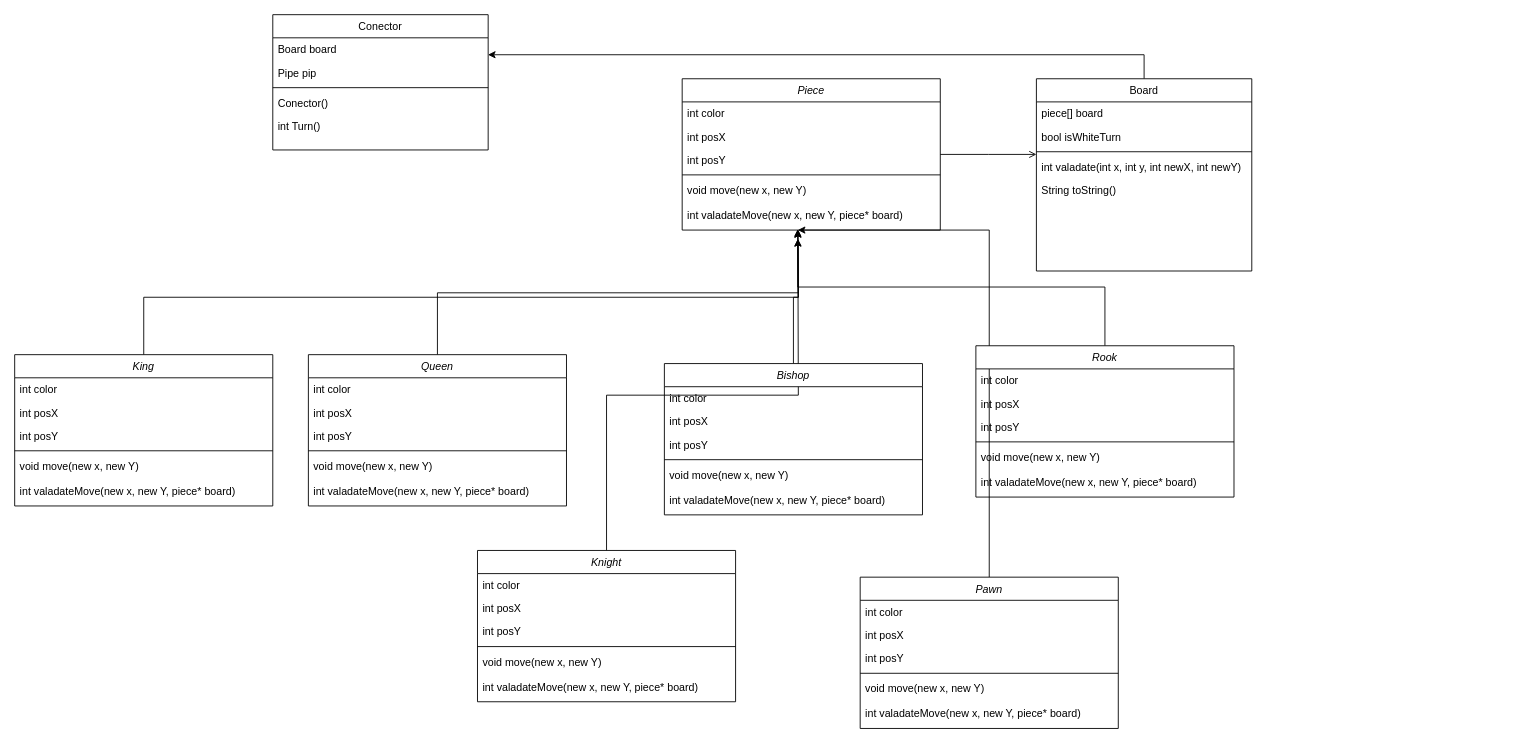
This is Untitled Diagram.drawio from gali-yefet/Chess_Game, a draw.io file, before an edit. Source tidied: cells renumbered, new cells numbered last; positions are measured from the earlier drawing's top-left corner, leaving out a move shared by most shapes. Both pictures are drawn from the tidied source at 89%, with x=0, y=0 at pixel (14, 14).
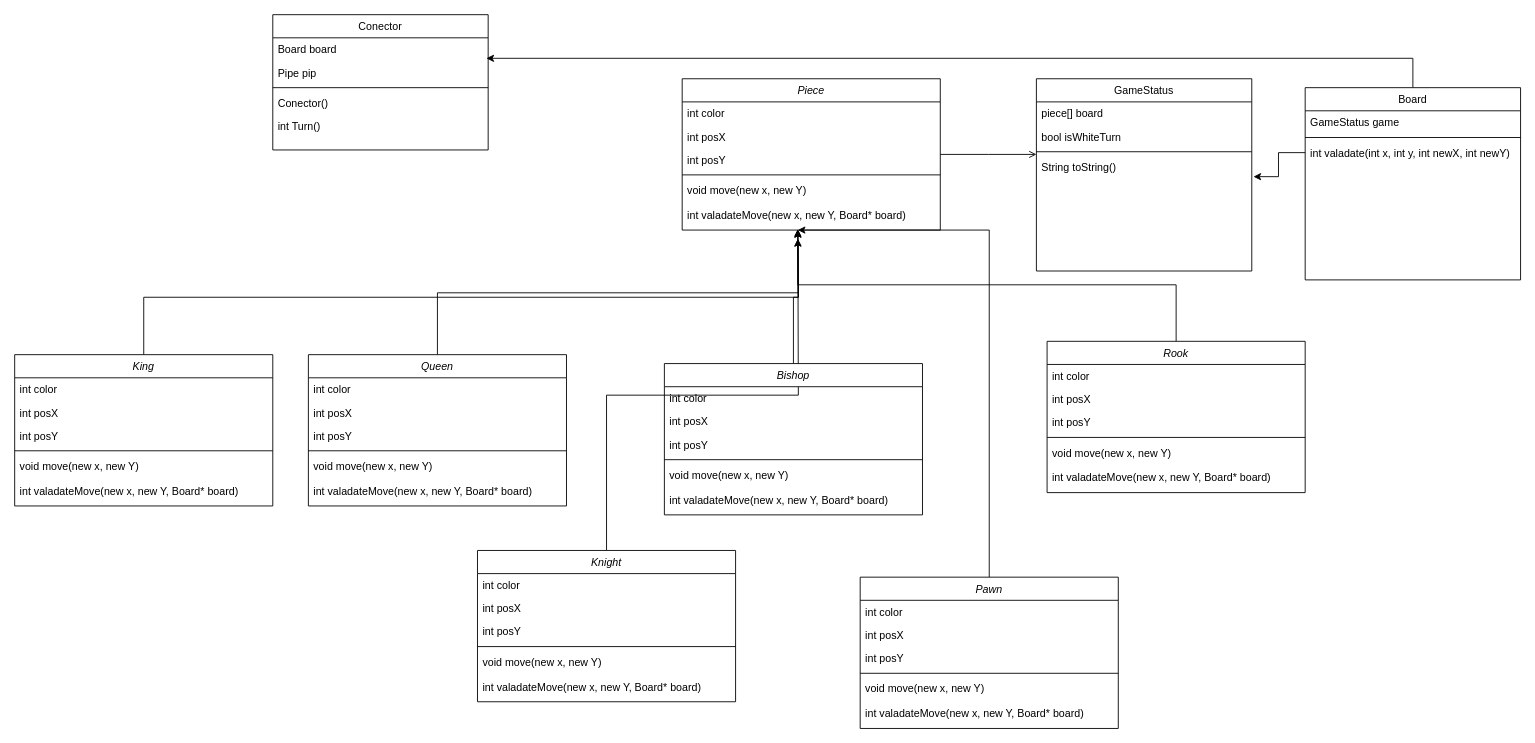
After the change.

Unchanged cells that the change refers to:
```xml
<mxCell id="11" value="Pawn" style="swimlane;fontStyle=2;align=center;verticalAlign=top;horizontal=1;startSize=26;rounded=0;shadow=0;strokeWidth=1;" parent="1" vertex="1">
  <mxGeometry x="950" y="632" width="290" height="170" as="geometry" />
</mxCell>
<mxCell id="19" value="Knight" style="swimlane;fontStyle=2;align=center;verticalAlign=top;horizontal=1;startSize=26;rounded=0;shadow=0;strokeWidth=1;" parent="1" vertex="1">
  <mxGeometry x="520" y="602" width="290" height="170" as="geometry" />
</mxCell>
<mxCell id="27" value="King" style="swimlane;fontStyle=2;align=center;verticalAlign=top;horizontal=1;startSize=26;rounded=0;shadow=0;strokeWidth=1;" parent="1" vertex="1">
  <mxGeometry y="382" width="290" height="170" as="geometry" />
</mxCell>
<mxCell id="35" value="Queen" style="swimlane;fontStyle=2;align=center;verticalAlign=top;horizontal=1;startSize=26;rounded=0;shadow=0;strokeWidth=1;" parent="1" vertex="1">
  <mxGeometry x="330" y="382" width="290" height="170" as="geometry" />
</mxCell>
<mxCell id="43" value="Bishop" style="swimlane;fontStyle=2;align=center;verticalAlign=top;horizontal=1;startSize=26;rounded=0;shadow=0;strokeWidth=1;" parent="1" vertex="1">
  <mxGeometry x="730" y="392" width="290" height="170" as="geometry" />
</mxCell>
<mxCell id="59" value="Board board" style="text;align=left;verticalAlign=top;spacingLeft=4;spacingRight=4;overflow=hidden;points=[[0,0.5],[1,0.5]];portConstraint=eastwest;rounded=0;shadow=0;html=0;" parent="58" vertex="1">
  <mxGeometry y="26" width="242" height="26" as="geometry" />
</mxCell>
<mxCell id="60" value="Pipe pip" style="text;align=left;verticalAlign=top;spacingLeft=4;spacingRight=4;overflow=hidden;points=[[0,0.5],[1,0.5]];portConstraint=eastwest;rounded=0;shadow=0;html=0;" parent="58" vertex="1">
  <mxGeometry y="52" width="242" height="26" as="geometry" />
</mxCell>
<mxCell id="64" value="Piece" style="swimlane;fontStyle=2;align=center;verticalAlign=top;horizontal=1;startSize=26;rounded=0;shadow=0;strokeWidth=1;" parent="1" vertex="1">
  <mxGeometry x="750" y="72" width="290" height="170" as="geometry" />
</mxCell>
```

Diff of the diagram source:
```diff
@@
-    <mxCell id="2" style="edgeStyle=orthogonalEdgeStyle;rounded=0;jettySize=auto;html=1;exitX=0.5;exitY=0;exitDx=0;exitDy=0;entryX=0.999;entryY=0.731;entryDx=0;entryDy=0;entryPerimeter=0;" parent="1" edge="1" source="3" target="59">
-      <mxGeometry relative="1" as="geometry" />
-    </mxCell>
+    <mxCell id="10" style="edgeStyle=orthogonalEdgeStyle;rounded=0;jettySize=auto;html=1;exitX=0.5;exitY=0;exitDx=0;exitDy=0;entryX=0.448;entryY=1.067;entryDx=0;entryDy=0;entryPerimeter=0;" parent="1" edge="1" source="11" target="70">
+      <mxGeometry relative="1" as="geometry" />
+    </mxCell>
-    <mxCell id="3" value="Board" style="swimlane;fontStyle=0;align=center;verticalAlign=top;horizontal=1;startSize=26;rounded=0;shadow=0;strokeWidth=1;" parent="1" vertex="1">
+    <mxCell id="3" value="GameStatus" style="swimlane;fontStyle=0;align=center;verticalAlign=top;horizontal=1;startSize=26;rounded=0;shadow=0;strokeWidth=1;" parent="1" vertex="1">
       <mxGeometry x="1148" y="72" width="242" height="216" as="geometry" />
     </mxCell>
@@
-    <mxCell id="7" value="int valadate(int x, int y, int newX, int newY)" style="text;align=left;verticalAlign=top;spacingLeft=4;spacingRight=4;overflow=hidden;points=[[0,0.5],[1,0.5]];portConstraint=eastwest;" parent="3" vertex="1">
-      <mxGeometry y="86" width="242" height="26" as="geometry" />
-    </mxCell>
     <mxCell id="8" value="String toString()" style="text;align=left;verticalAlign=top;spacingLeft=4;spacingRight=4;overflow=hidden;points=[[0,0.5],[1,0.5]];portConstraint=eastwest;" parent="3" vertex="1">
-      <mxGeometry y="112" width="242" height="26" as="geometry" />
+      <mxGeometry y="86" width="242" height="26" as="geometry" />
     </mxCell>
@@
-    <mxCell id="10" style="edgeStyle=orthogonalEdgeStyle;rounded=0;jettySize=auto;html=1;exitX=0.5;exitY=0;exitDx=0;exitDy=0;entryX=0.448;entryY=1.067;entryDx=0;entryDy=0;entryPerimeter=0;" parent="1" edge="1" source="11" target="70">
-      <mxGeometry relative="1" as="geometry" />
-    </mxCell>
@@
-    <mxCell id="17" value="int valadateMove(new x, new Y, piece* board)" style="text;strokeColor=none;fillColor=none;align=left;verticalAlign=middle;spacingLeft=4;spacingRight=4;overflow=hidden;" parent="11" vertex="1">
-      <mxGeometry y="138" width="290" height="30" as="geometry" />
-    </mxCell>
+    <mxCell id="71" value="int valadateMove(new x, new Y, Board* board)" style="text;strokeColor=none;fillColor=none;align=left;verticalAlign=middle;spacingLeft=4;spacingRight=4;overflow=hidden;" parent="11" vertex="1">
+      <mxGeometry y="138" width="290" height="30" as="geometry" />
+    </mxCell>
@@
-    <mxCell id="25" value="int valadateMove(new x, new Y, piece* board)" style="text;strokeColor=none;fillColor=none;align=left;verticalAlign=middle;spacingLeft=4;spacingRight=4;overflow=hidden;" parent="19" vertex="1">
+    <mxCell id="25" value="int valadateMove(new x, new Y, Board* board)" style="text;strokeColor=none;fillColor=none;align=left;verticalAlign=middle;spacingLeft=4;spacingRight=4;overflow=hidden;" parent="19" vertex="1">
       <mxGeometry y="138" width="290" height="30" as="geometry" />
     </mxCell>
@@
-    <mxCell id="33" value="int valadateMove(new x, new Y, piece* board)" style="text;strokeColor=none;fillColor=none;align=left;verticalAlign=middle;spacingLeft=4;spacingRight=4;overflow=hidden;" parent="27" vertex="1">
+    <mxCell id="33" value="int valadateMove(new x, new Y, Board* board)" style="text;strokeColor=none;fillColor=none;align=left;verticalAlign=middle;spacingLeft=4;spacingRight=4;overflow=hidden;" parent="27" vertex="1">
       <mxGeometry y="138" width="290" height="30" as="geometry" />
     </mxCell>
@@
-    <mxCell id="41" value="int valadateMove(new x, new Y, piece* board)" style="text;strokeColor=none;fillColor=none;align=left;verticalAlign=middle;spacingLeft=4;spacingRight=4;overflow=hidden;" parent="35" vertex="1">
+    <mxCell id="41" value="int valadateMove(new x, new Y, Board* board)" style="text;strokeColor=none;fillColor=none;align=left;verticalAlign=middle;spacingLeft=4;spacingRight=4;overflow=hidden;" parent="35" vertex="1">
       <mxGeometry y="138" width="290" height="30" as="geometry" />
     </mxCell>
@@
-    <mxCell id="49" value="int valadateMove(new x, new Y, piece* board)" style="text;strokeColor=none;fillColor=none;align=left;verticalAlign=middle;spacingLeft=4;spacingRight=4;overflow=hidden;" parent="43" vertex="1">
-      <mxGeometry y="138" width="290" height="30" as="geometry" />
-    </mxCell>
+    <mxCell id="72" value="int valadateMove(new x, new Y, Board* board)" style="text;strokeColor=none;fillColor=none;align=left;verticalAlign=middle;spacingLeft=4;spacingRight=4;overflow=hidden;" parent="43" vertex="1">
+      <mxGeometry y="138" width="290" height="30" as="geometry" />
+    </mxCell>
@@
     <mxCell id="51" value="Rook" style="swimlane;fontStyle=2;align=center;verticalAlign=top;horizontal=1;startSize=26;rounded=0;shadow=0;strokeWidth=1;" parent="1" vertex="1">
-      <mxGeometry x="1080" y="372" width="290" height="170" as="geometry" />
+      <mxGeometry x="1160" y="367" width="290" height="170" as="geometry" />
     </mxCell>
@@
-    <mxCell id="57" value="int valadateMove(new x, new Y, piece* board)" style="text;strokeColor=none;fillColor=none;align=left;verticalAlign=middle;spacingLeft=4;spacingRight=4;overflow=hidden;" parent="51" vertex="1">
-      <mxGeometry y="138" width="290" height="30" as="geometry" />
-    </mxCell>
+    <mxCell id="73" value="int valadateMove(new x, new Y, Board* board)" style="text;strokeColor=none;fillColor=none;align=left;verticalAlign=middle;spacingLeft=4;spacingRight=4;overflow=hidden;" parent="51" vertex="1">
+      <mxGeometry y="138" width="290" height="30" as="geometry" />
+    </mxCell>
@@
-    <mxCell id="70" value="int valadateMove(new x, new Y, piece* board)" style="text;strokeColor=none;fillColor=none;align=left;verticalAlign=middle;spacingLeft=4;spacingRight=4;overflow=hidden;points=[[0,0.5],[1,0.5]];portConstraint=eastwest;" parent="64" vertex="1">
+    <mxCell id="70" value="int valadateMove(new x, new Y, Board* board)" style="text;strokeColor=none;fillColor=none;align=left;verticalAlign=middle;spacingLeft=4;spacingRight=4;overflow=hidden;points=[[0,0.5],[1,0.5]];portConstraint=eastwest;" parent="64" vertex="1">
       <mxGeometry y="138" width="290" height="30" as="geometry" />
     </mxCell>
+    <mxCell id="74" style="edgeStyle=orthogonalEdgeStyle;rounded=0;jettySize=auto;html=1;exitX=0.5;exitY=0;exitDx=0;exitDy=0;entryX=0.992;entryY=-0.115;entryDx=0;entryDy=0;entryPerimeter=0;" parent="1" edge="1" source="75" target="60">
+      <mxGeometry relative="1" as="geometry" />
+    </mxCell>
+    <mxCell id="75" value="Board" style="swimlane;fontStyle=0;align=center;verticalAlign=top;horizontal=1;startSize=26;rounded=0;shadow=0;strokeWidth=1;" parent="1" vertex="1">
+      <mxGeometry x="1450" y="82" width="242" height="216" as="geometry" />
+    </mxCell>
+    <mxCell id="76" value="GameStatus game" style="text;align=left;verticalAlign=top;spacingLeft=4;spacingRight=4;overflow=hidden;rounded=0;shadow=0;html=0;" parent="75" vertex="1">
+      <mxGeometry y="26" width="242" height="26" as="geometry" />
+    </mxCell>
+    <mxCell id="77" style="line;html=1;strokeWidth=1;align=left;verticalAlign=middle;spacingTop=-1;spacingLeft=3;spacingRight=3;labelPosition=right;" parent="75" vertex="1">
+      <mxGeometry y="52" width="242" height="8" as="geometry" />
+    </mxCell>
+    <mxCell id="7" value="int valadate(int x, int y, int newX, int newY)" style="text;align=left;verticalAlign=top;spacingLeft=4;spacingRight=4;overflow=hidden;points=[[0,0.5],[1,0.5]];portConstraint=eastwest;" parent="75" vertex="1">
+      <mxGeometry y="60" width="242" height="26" as="geometry" />
+    </mxCell>
+    <mxCell id="78" style="edgeStyle=orthogonalEdgeStyle;rounded=0;jettySize=auto;html=1;entryX=1.008;entryY=0.923;entryDx=0;entryDy=0;entryPerimeter=0;" parent="1" edge="1" source="7" target="8">
+      <mxGeometry relative="1" as="geometry" />
+    </mxCell>
```
